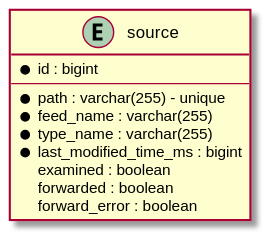
Above: stroom-proxy/stroom-proxy-app/doc/source-entity.svg in gchq/stroom (PlantUML), before the change.
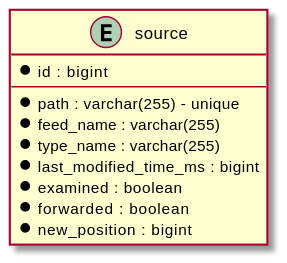
Above is the later version.

What changed in the source:
```diff
@@ -9,9 +9,9 @@
   *feed_name : varchar(255)
   *type_name : varchar(255)
   *last_modified_time_ms : bigint
-  examined : boolean
-  forwarded : boolean
-  forward_error : boolean
+  *examined : boolean
+  *forwarded : boolean
+  *new_position : bigint
 }
 
 @enduml
```
